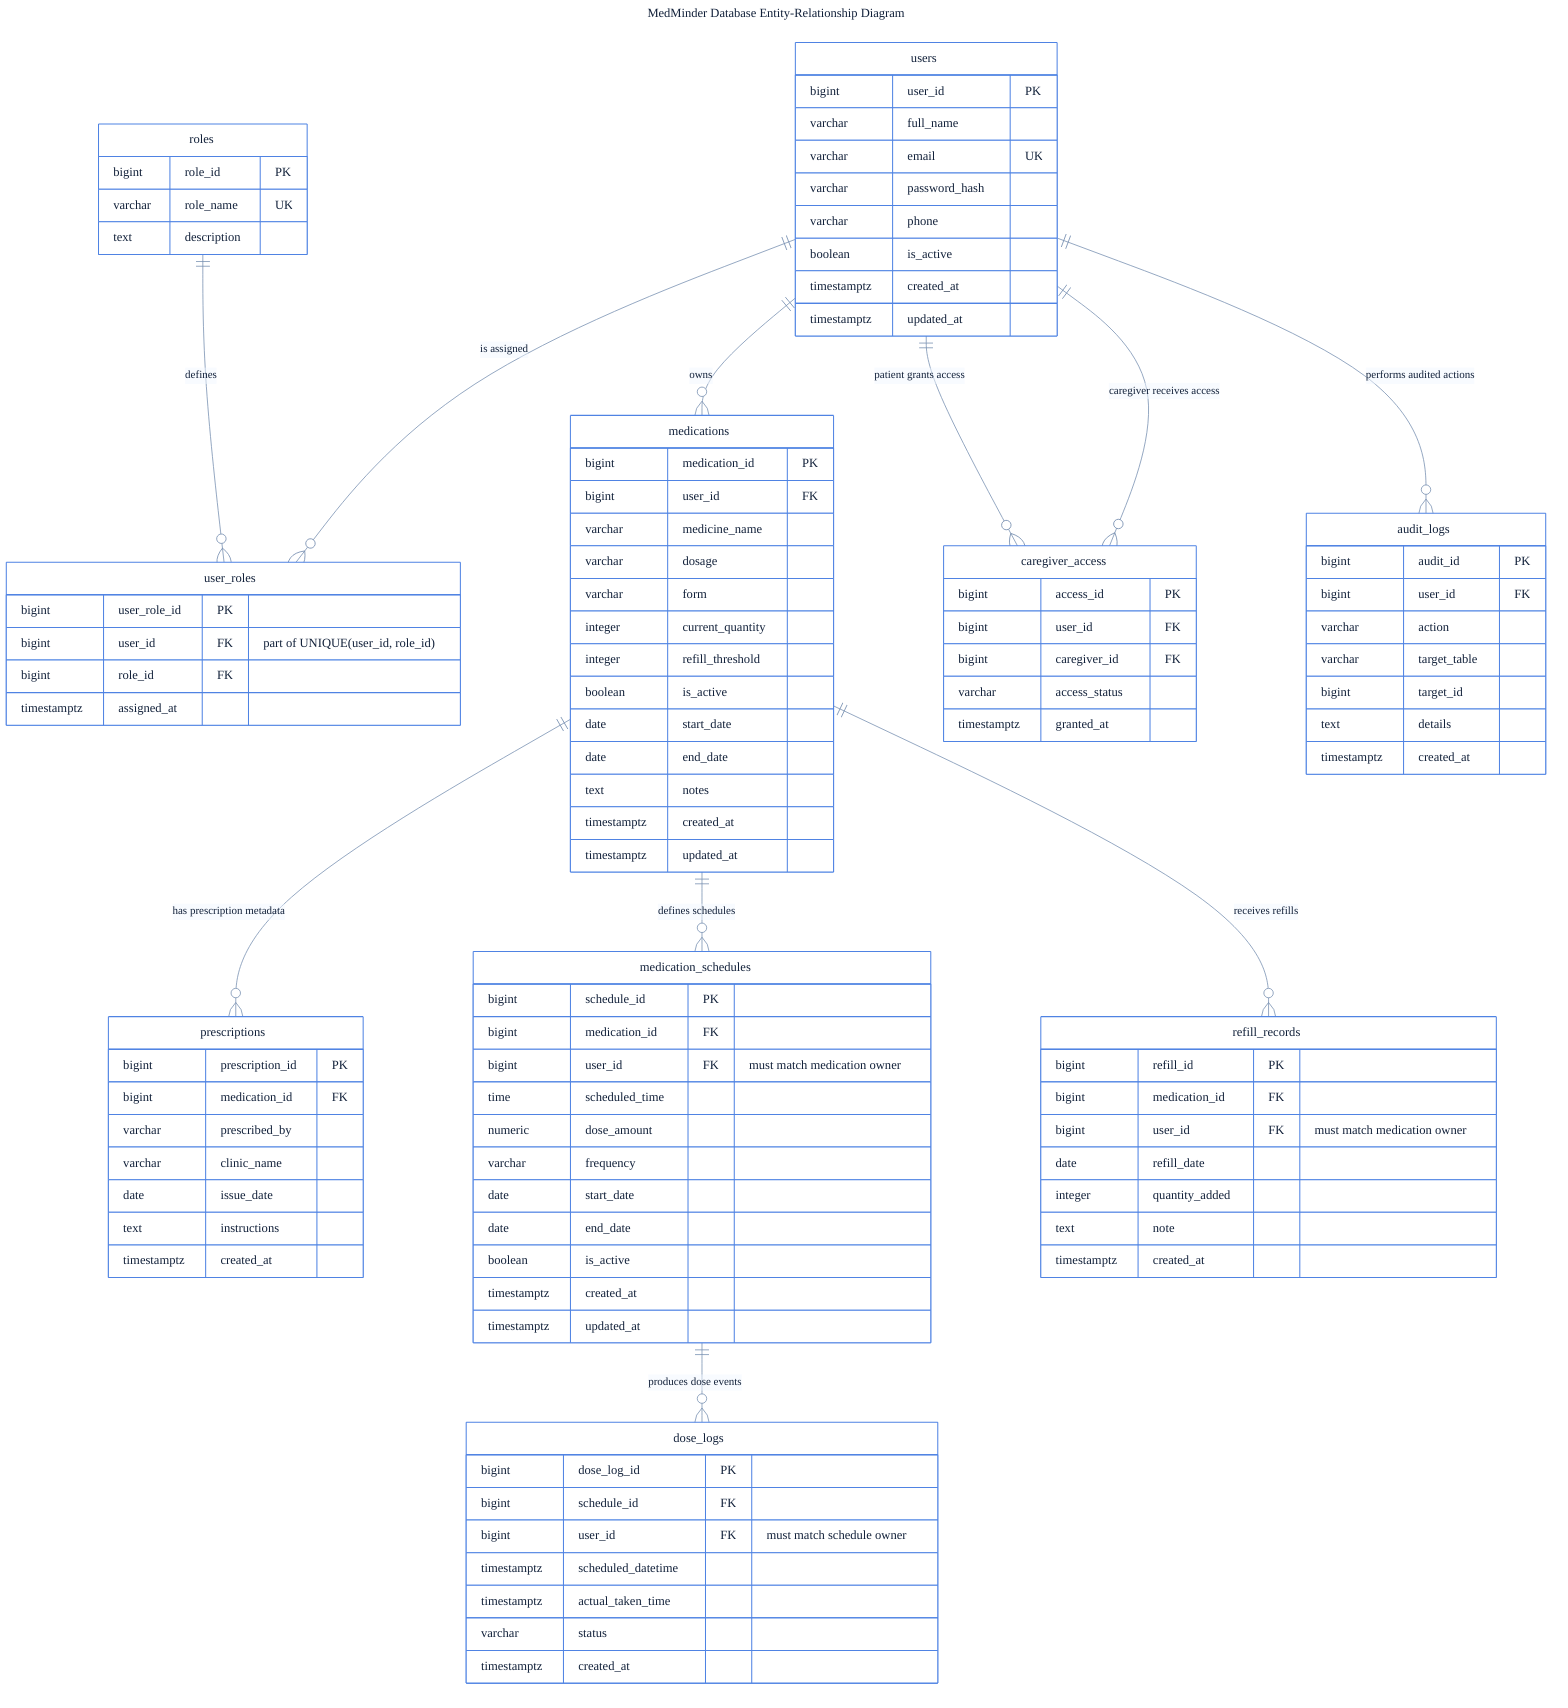
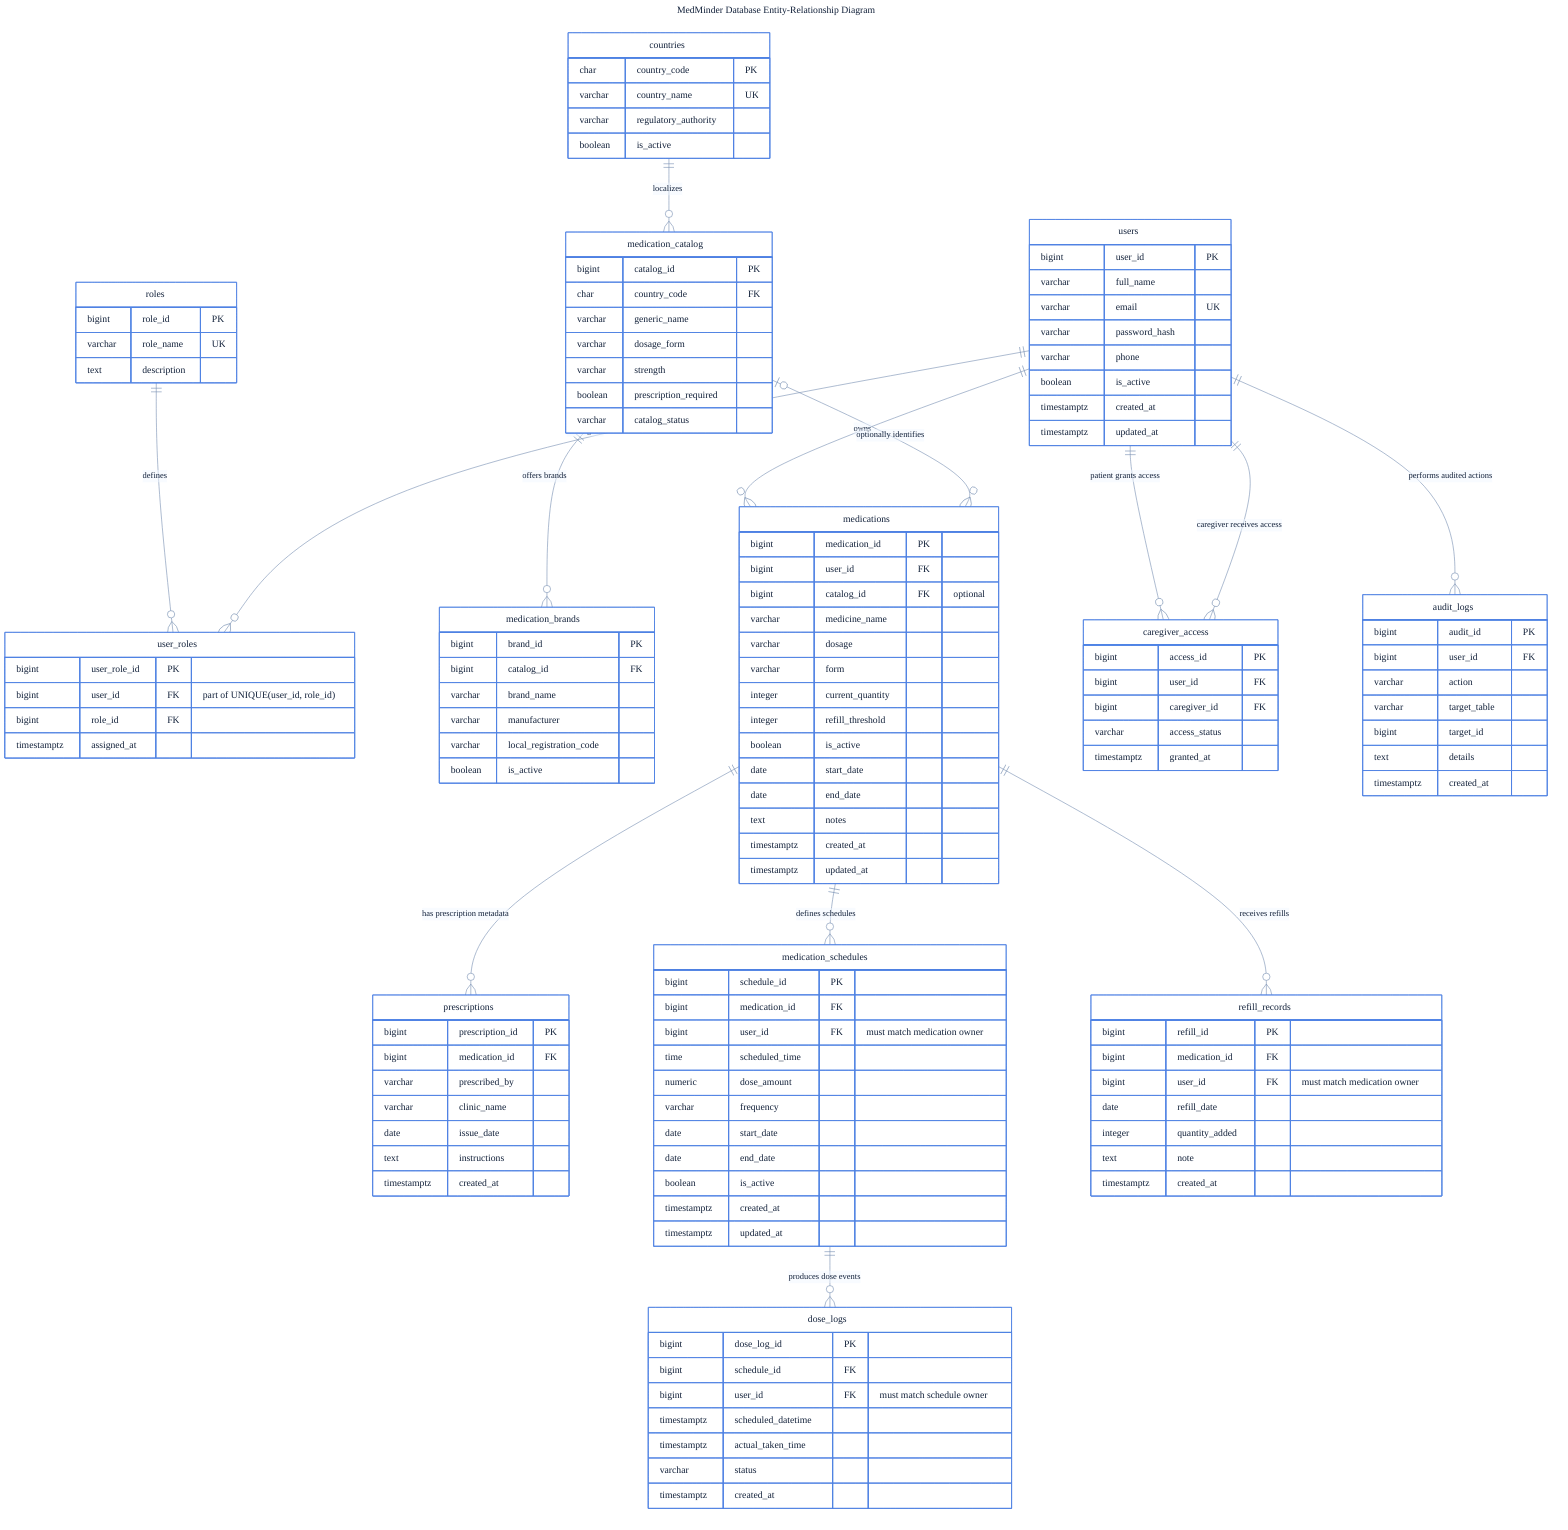
---
title: MedMinder Database Entity-Relationship Diagram
config:
  theme: base
  themeVariables:
    fontFamily: "Segoe UI, Aptos, sans-serif"
    background: "#F7FAFF"
    primaryColor: "#FFFFFF"
    primaryTextColor: "#12213A"
    primaryBorderColor: "#4F83E3"
    lineColor: "#7890B2"
    secondaryColor: "#EAF2FF"
    tertiaryColor: "#F2F8FF"
  er:
    diagramPadding: 30
    layoutDirection: TB
    minEntityWidth: 190
    minEntityHeight: 72
    entityPadding: 14
    stroke: "#4F83E3"
    fill: "#FFFFFF"
    fontSize: 13
    useMaxWidth: true
---
erDiagram
    roles {
        bigint role_id PK
        varchar role_name UK
        text description
    }

    user_roles {
        bigint user_role_id PK
        bigint user_id FK "part of UNIQUE(user_id, role_id)"
        bigint role_id FK
        timestamptz assigned_at
    }

    users {
        bigint user_id PK
        varchar full_name
        varchar email UK
        varchar password_hash
        varchar phone
        boolean is_active
        timestamptz created_at
        timestamptz updated_at
    }

+     countries {
+         char country_code PK
+         varchar country_name UK
+         varchar regulatory_authority
+         boolean is_active
+     }
+ 
+     medication_catalog {
+         bigint catalog_id PK
+         char country_code FK
+         varchar generic_name
+         varchar dosage_form
+         varchar strength
+         boolean prescription_required
+         varchar catalog_status
+     }
+ 
+     medication_brands {
+         bigint brand_id PK
+         bigint catalog_id FK
+         varchar brand_name
+         varchar manufacturer
+         varchar local_registration_code
+         boolean is_active
+     }
+ 
    prescriptions {
        bigint prescription_id PK
        bigint medication_id FK
        varchar prescribed_by
        varchar clinic_name
        date issue_date
        text instructions
        timestamptz created_at
    }

    medications {
        bigint medication_id PK
        bigint user_id FK
+         bigint catalog_id FK "optional"
        varchar medicine_name
        varchar dosage
        varchar form
        integer current_quantity
        integer refill_threshold
        boolean is_active
        date start_date
        date end_date
        text notes
        timestamptz created_at
        timestamptz updated_at
    }

    medication_schedules {
        bigint schedule_id PK
        bigint medication_id FK
        bigint user_id FK "must match medication owner"
        time scheduled_time
        numeric dose_amount
        varchar frequency
        date start_date
        date end_date
        boolean is_active
        timestamptz created_at
        timestamptz updated_at
    }

    dose_logs {
        bigint dose_log_id PK
        bigint schedule_id FK
        bigint user_id FK "must match schedule owner"
        timestamptz scheduled_datetime
        timestamptz actual_taken_time
        varchar status
        timestamptz created_at
    }

    refill_records {
        bigint refill_id PK
        bigint medication_id FK
        bigint user_id FK "must match medication owner"
        date refill_date
        integer quantity_added
        text note
        timestamptz created_at
    }

    caregiver_access {
        bigint access_id PK
        bigint user_id FK
        bigint caregiver_id FK
        varchar access_status
        timestamptz granted_at
    }

    audit_logs {
        bigint audit_id PK
        bigint user_id FK
        varchar action
        varchar target_table
        bigint target_id
        text details
        timestamptz created_at
    }

    roles ||--o{ user_roles : "defines"
    users ||--o{ user_roles : "is assigned"

    users ||--o{ medications : "owns"
+     countries ||--o{ medication_catalog : "localizes"
+     medication_catalog ||--o{ medication_brands : "offers brands"
+     medication_catalog o|--o{ medications : "optionally identifies"
    medications ||--o{ prescriptions : "has prescription metadata"
    medications ||--o{ refill_records : "receives refills"
    medications ||--o{ medication_schedules : "defines schedules"
    medication_schedules ||--o{ dose_logs : "produces dose events"


    users ||--o{ caregiver_access : "patient grants access"
    users ||--o{ caregiver_access : "caregiver receives access"
    users ||--o{ audit_logs : "performs audited actions"
